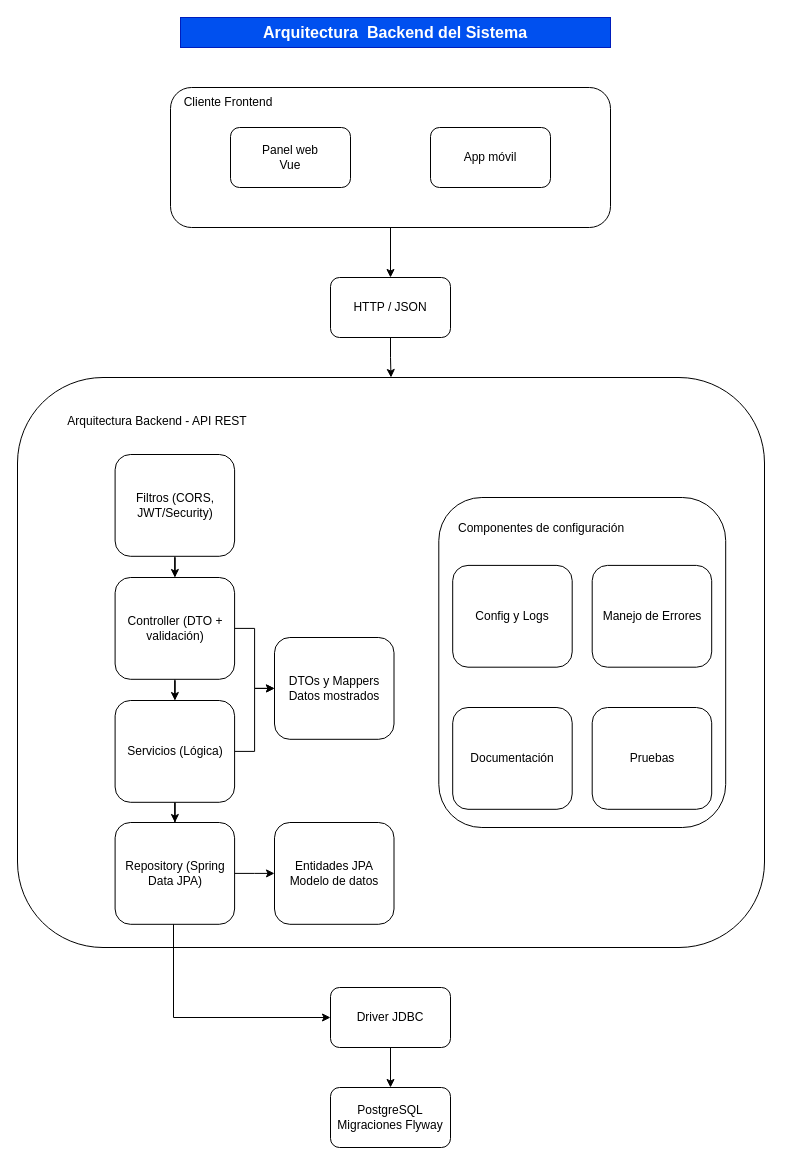
Before: 03-API/Diagramas/ArquitecturaBackend.drawio in FactoryLabSV/Proyecto-final-dam-frameworks-agiles, a draw.io diagram. Source tidied: cells renumbered, new cells numbered last; positions are measured from the earlier drawing's top-left corner, leaving out a move shared by most shapes. Both pictures are drawn from the tidied source at 100%, with x=0, y=0 at pixel (17, 17).
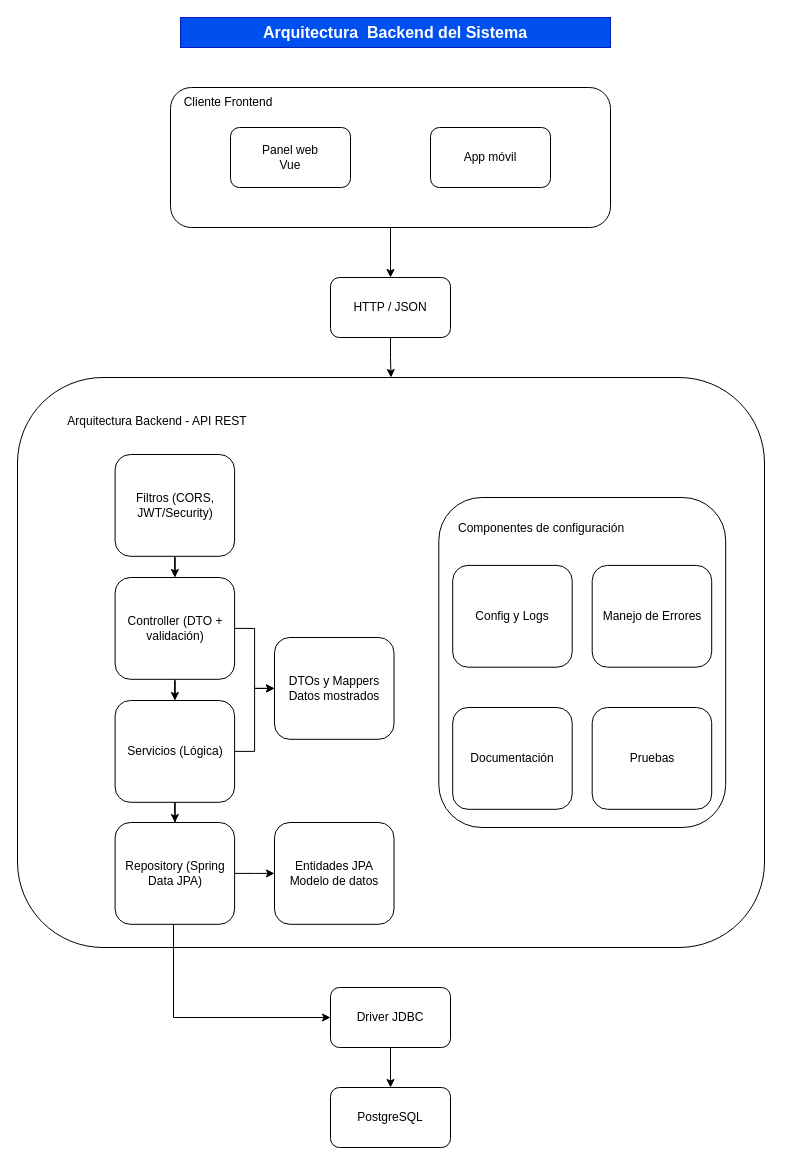
After the change.

What changed in the source:
```diff
@@
-    <mxCell id="34" value="PostgreSQL&lt;div&gt;Migraciones Flyway&lt;/div&gt;" style="rounded=1;whiteSpace=wrap;html=1;roundedPerimeter=1;" parent="1" vertex="1">
+    <mxCell id="34" value="PostgreSQL" style="rounded=1;whiteSpace=wrap;html=1;roundedPerimeter=1;" parent="1" vertex="1">
       <mxGeometry x="313" y="1070" width="120" height="60" as="geometry" />
     </mxCell>
```
